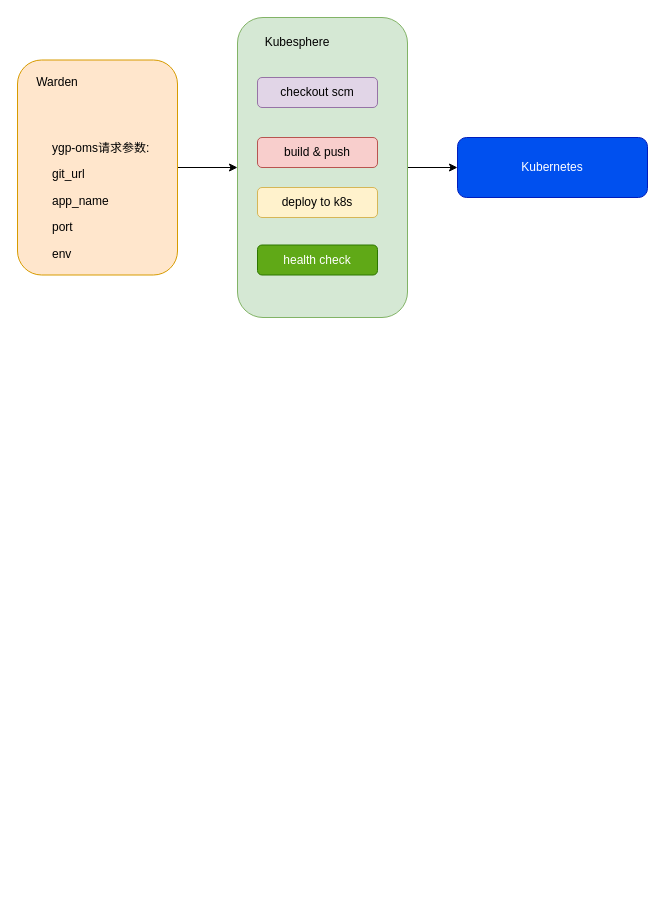
The draw.io diagram 未命名绘图.drawio in ca0gu0/tools, before the edit. Source tidied: cells renumbered, new cells numbered last; positions are measured from the earlier drawing's top-left corner, leaving out a move shared by most shapes. Both pictures are drawn from the tidied source at 100%, with x=0, y=0 at pixel (17, 17).
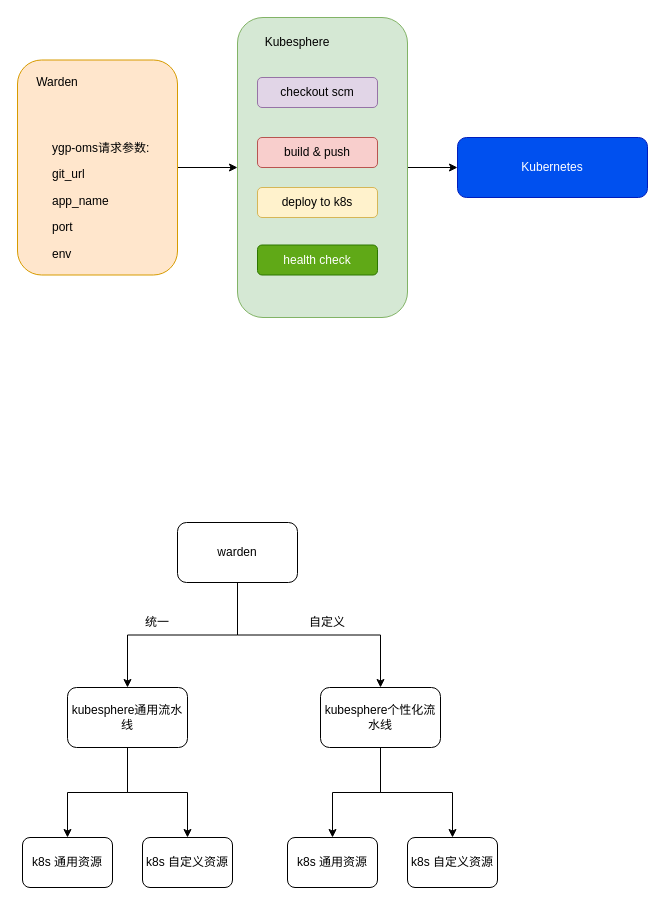
The same page after the edit.

Change to the diagram source:
```diff
@@
+    <mxCell id="14" style="edgeStyle=orthogonalEdgeStyle;rounded=0;jettySize=auto;html=1;exitX=0.5;exitY=1;exitDx=0;exitDy=0;entryX=0.5;entryY=0;entryDx=0;entryDy=0;" parent="1" edge="1" source="16" target="19">
+      <mxGeometry relative="1" as="geometry" />
+    </mxCell>
+    <mxCell id="15" style="edgeStyle=orthogonalEdgeStyle;rounded=0;jettySize=auto;html=1;exitX=0.5;exitY=1;exitDx=0;exitDy=0;entryX=0.5;entryY=0;entryDx=0;entryDy=0;" parent="1" edge="1" source="16" target="22">
+      <mxGeometry relative="1" as="geometry" />
+    </mxCell>
+    <mxCell id="16" value="warden" style="rounded=1;whiteSpace=wrap;html=1;" parent="1" vertex="1">
+      <mxGeometry x="160" y="505" width="120" height="60" as="geometry" />
+    </mxCell>
+    <mxCell id="17" style="edgeStyle=orthogonalEdgeStyle;rounded=0;jettySize=auto;html=1;exitX=0.5;exitY=1;exitDx=0;exitDy=0;entryX=0.5;entryY=0;entryDx=0;entryDy=0;" parent="1" edge="1" source="19" target="23">
+      <mxGeometry relative="1" as="geometry" />
+    </mxCell>
+    <mxCell id="18" style="edgeStyle=orthogonalEdgeStyle;rounded=0;jettySize=auto;html=1;exitX=0.5;exitY=1;exitDx=0;exitDy=0;" parent="1" edge="1" source="19" target="24">
+      <mxGeometry relative="1" as="geometry" />
+    </mxCell>
+    <mxCell id="19" value="kubesphere通用流水线" style="rounded=1;whiteSpace=wrap;html=1;" parent="1" vertex="1">
+      <mxGeometry x="50" y="670" width="120" height="60" as="geometry" />
+    </mxCell>
+    <mxCell id="20" style="edgeStyle=orthogonalEdgeStyle;rounded=0;jettySize=auto;html=1;exitX=0.5;exitY=1;exitDx=0;exitDy=0;entryX=0.5;entryY=0;entryDx=0;entryDy=0;" parent="1" edge="1" source="22" target="25">
+      <mxGeometry relative="1" as="geometry" />
+    </mxCell>
+    <mxCell id="21" style="edgeStyle=orthogonalEdgeStyle;rounded=0;jettySize=auto;html=1;exitX=0.5;exitY=1;exitDx=0;exitDy=0;entryX=0.5;entryY=0;entryDx=0;entryDy=0;" parent="1" edge="1" source="22" target="26">
+      <mxGeometry relative="1" as="geometry" />
+    </mxCell>
+    <mxCell id="22" value="kubesphere个性化流水线" style="rounded=1;whiteSpace=wrap;html=1;" parent="1" vertex="1">
+      <mxGeometry x="303" y="670" width="120" height="60" as="geometry" />
+    </mxCell>
+    <mxCell id="23" value="k8s 通用资源" style="rounded=1;whiteSpace=wrap;html=1;" parent="1" vertex="1">
+      <mxGeometry x="5" y="820" width="90" height="50" as="geometry" />
+    </mxCell>
+    <mxCell id="24" value="k8s 自定义资源" style="rounded=1;whiteSpace=wrap;html=1;" parent="1" vertex="1">
+      <mxGeometry x="125" y="820" width="90" height="50" as="geometry" />
+    </mxCell>
+    <mxCell id="25" value="k8s 通用资源" style="rounded=1;whiteSpace=wrap;html=1;" parent="1" vertex="1">
+      <mxGeometry x="270" y="820" width="90" height="50" as="geometry" />
+    </mxCell>
+    <mxCell id="26" value="k8s 自定义资源" style="rounded=1;whiteSpace=wrap;html=1;" parent="1" vertex="1">
+      <mxGeometry x="390" y="820" width="90" height="50" as="geometry" />
+    </mxCell>
+    <mxCell id="27" value="统一" style="text;html=1;strokeColor=none;fillColor=none;align=center;verticalAlign=middle;whiteSpace=wrap;rounded=0;" parent="1" vertex="1">
+      <mxGeometry x="110" y="590" width="60" height="30" as="geometry" />
+    </mxCell>
+    <mxCell id="28" value="自定义" style="text;html=1;strokeColor=none;fillColor=none;align=center;verticalAlign=middle;whiteSpace=wrap;rounded=0;" parent="1" vertex="1">
+      <mxGeometry x="280" y="590" width="60" height="30" as="geometry" />
+    </mxCell>
```
